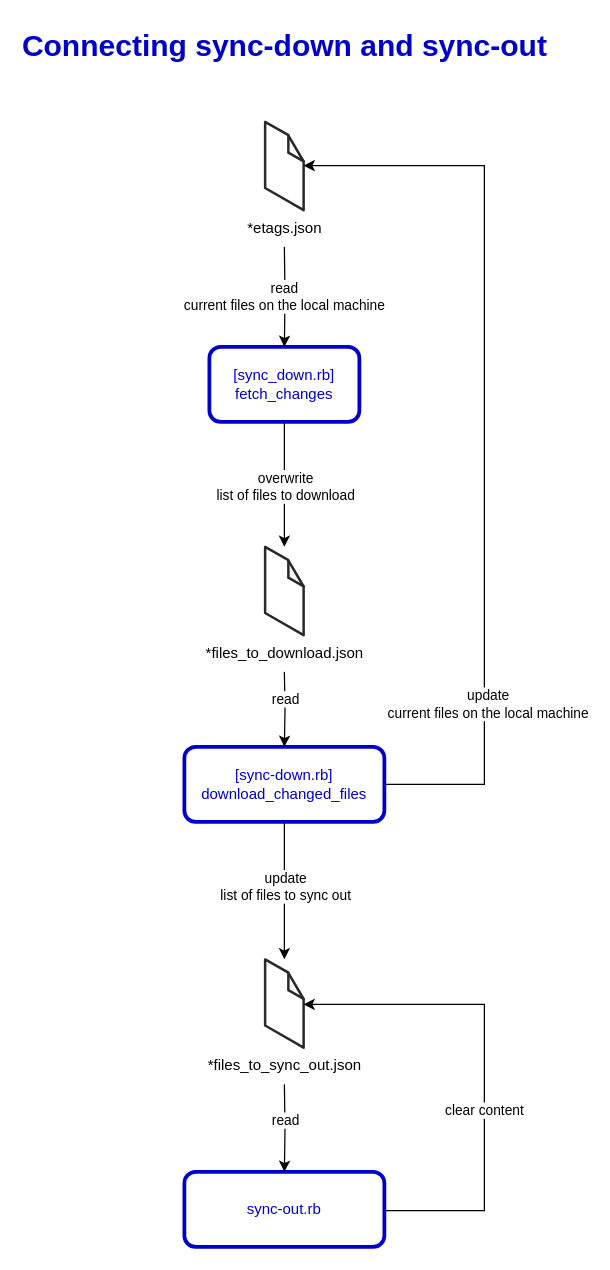
Above: page "sync_down_out_connection" (7 of 9) of i18n/diagrams/i18n_pipeline.drawio in code-dot-org/code-dot-org (draw.io), before the change. Source tidied: cells renumbered, new cells numbered last; positions are measured from the earlier drawing's top-left corner, leaving out a move shared by most shapes. Both pictures are drawn from the tidied source at 125%, with x=0, y=0 at pixel (184, 21).
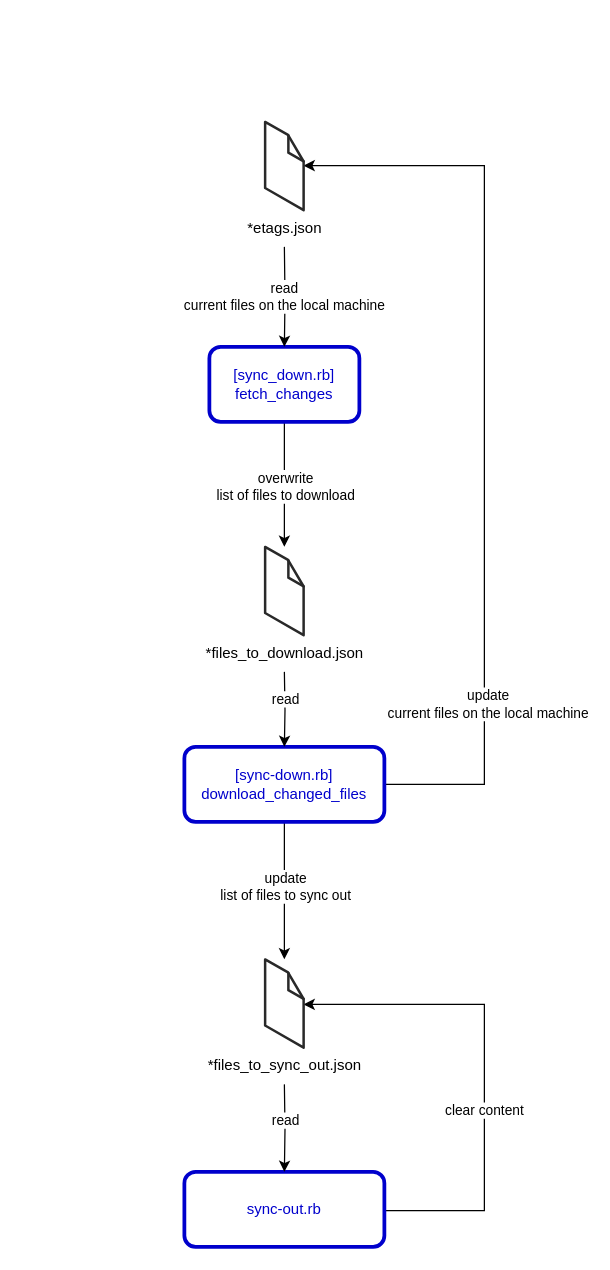
Above is the later version.

Diff of the diagram source:
```diff
@@
-    <mxCell id="20" value="&lt;font color=&quot;#0000cc&quot;&gt;Connecting sync-down and sync-out&lt;/font&gt;" style="text;strokeColor=none;fillColor=none;html=1;fontSize=24;fontStyle=1;verticalAlign=middle;align=center;" parent="1" vertex="1">
-      <mxGeometry x="30" width="100" height="40" as="geometry" />
-    </mxCell>
-    <mxCell id="21" style="edgeStyle=orthogonalEdgeStyle;rounded=0;orthogonalLoop=1;jettySize=auto;html=1;exitX=0.5;exitY=1;exitDx=0;exitDy=0;fontFamily=Helvetica;fontColor=default;" parent="1" edge="1" source="20" target="20">
-      <mxGeometry relative="1" as="geometry" />
+    <mxCell id="21" style="edgeStyle=orthogonalEdgeStyle;rounded=0;orthogonalLoop=1;jettySize=auto;html=1;exitX=0.5;exitY=1;exitDx=0;exitDy=0;fontFamily=Helvetica;fontColor=default;" parent="1" edge="1">
+      <mxGeometry relative="1" as="geometry">
+        <mxPoint x="80" y="40" as="sourcePoint" />
+        <mxPoint x="80" y="40" as="targetPoint" />
+      </mxGeometry>
     </mxCell>
```
